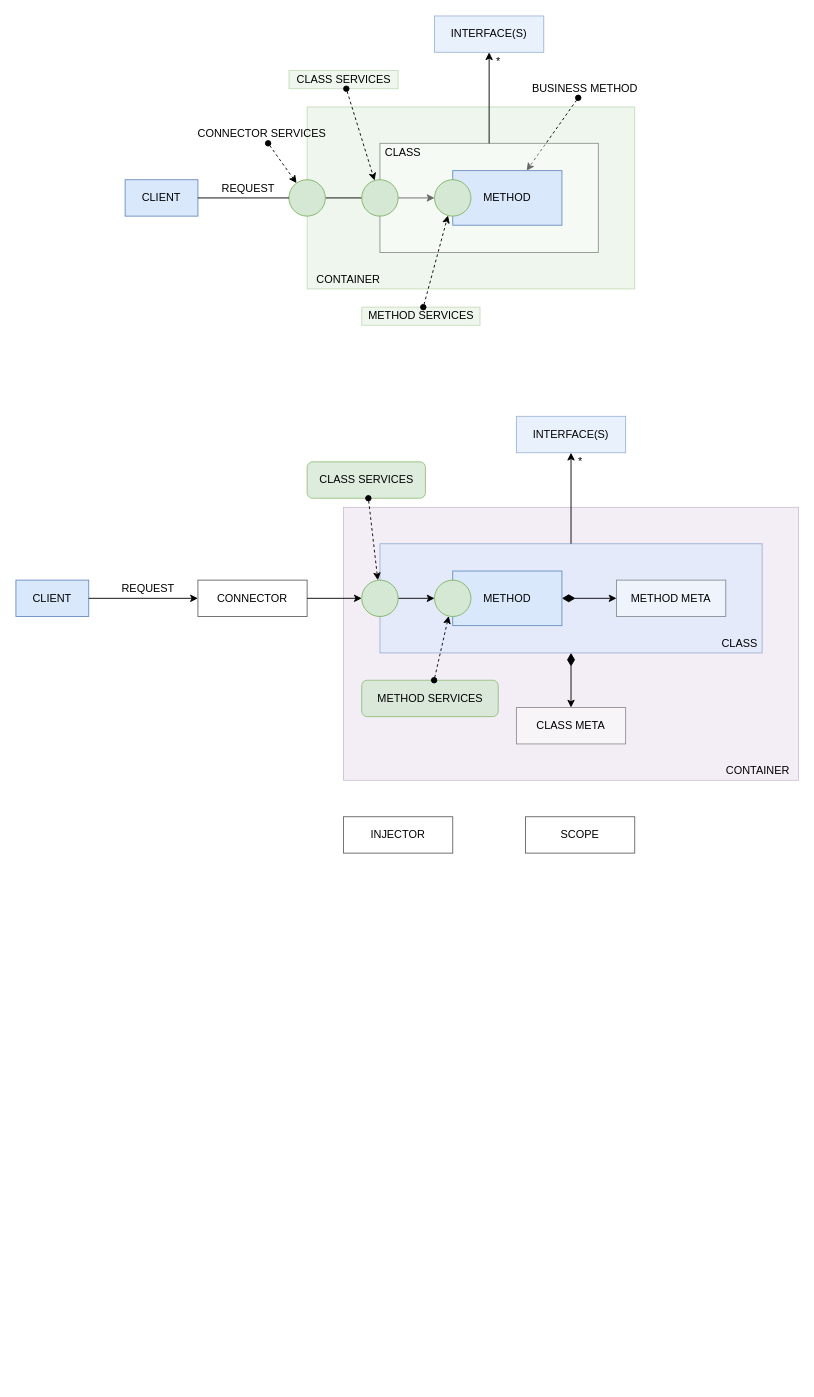
Before: page "Container Services" (1 of 9) of docs/container.drawio in js-lib-com/tiny-container, a draw.io diagram. Source tidied: cells renumbered, new cells numbered last; positions are measured from the earlier drawing's top-left corner, leaving out a move shared by most shapes. Both pictures are drawn from the tidied source at 91%, with x=0, y=0 at pixel (15, 15).
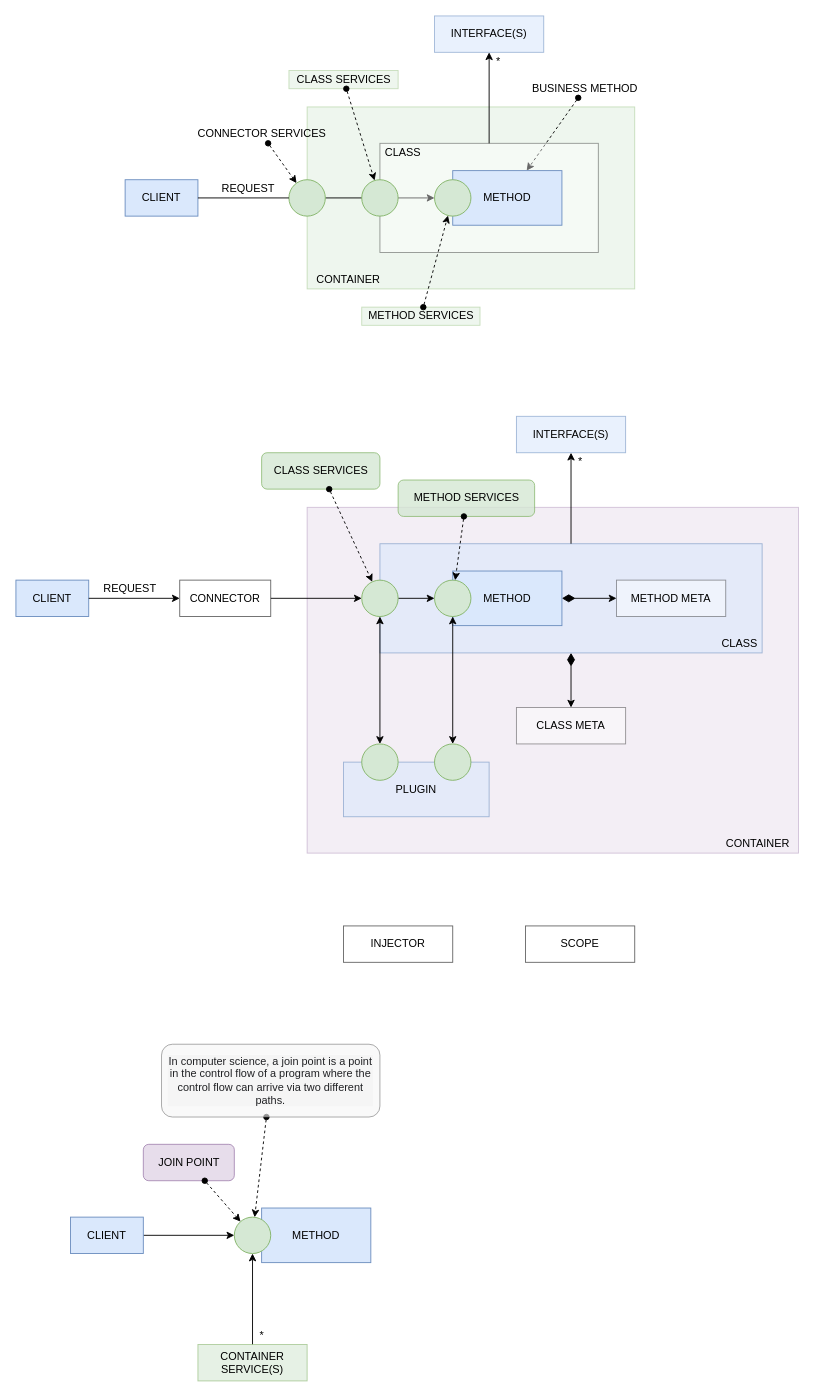
The same diagram, later.

The change refers to these unchanged cells:
```xml
<mxCell id="33" style="ellipse;whiteSpace=wrap;html=1;fillColor=#d5e8d4;strokeColor=#82b366;" parent="1" vertex="1">
  <mxGeometry x="380" y="620" width="40" height="40" as="geometry" />
</mxCell>
<mxCell id="35" style="ellipse;whiteSpace=wrap;html=1;fillColor=#d5e8d4;strokeColor=#82b366;" parent="1" vertex="1">
  <mxGeometry x="460" y="620" width="40" height="40" as="geometry" />
</mxCell>
```

Change to the diagram source:
```diff
@@
     <mxCell id="25" style="rounded=0;whiteSpace=wrap;html=1;fillColor=#e1d5e7;strokeColor=#9673a6;opacity=40;" parent="1" vertex="1">
-      <mxGeometry x="360" y="540" width="500" height="300" as="geometry" />
+      <mxGeometry x="320" y="540" width="540" height="380" as="geometry" />
     </mxCell>
@@
     <mxCell id="27" value="CONTAINER" style="text;html=1;align=center;verticalAlign=middle;strokeColor=none;fillColor=none;" parent="1" vertex="1">
-      <mxGeometry x="770" y="820" width="90" height="20" as="geometry" />
+      <mxGeometry x="770" y="900" width="90" height="20" as="geometry" />
     </mxCell>
     <mxCell id="28" value="METHOD SERVICES" style="text;html=1;align=center;verticalAlign=middle;points=[];strokeColor=#82b366;fillColor=#d5e8d4;spacingTop=0;spacing=8;rounded=1;opacity=80;" parent="1" vertex="1">
-      <mxGeometry x="380" y="730" width="150" height="40" as="geometry" />
+      <mxGeometry x="420" y="510" width="150" height="40" as="geometry" />
     </mxCell>
@@
     <mxCell id="34" value="CLASS SERVICES" style="text;html=1;align=center;verticalAlign=middle;points=[];strokeColor=#82b366;fillColor=#d5e8d4;rounded=1;spacing=8;opacity=80;" parent="1" vertex="1">
-      <mxGeometry x="320" y="490" width="130" height="40" as="geometry" />
+      <mxGeometry x="270" y="480" width="130" height="40" as="geometry" />
     </mxCell>
@@
     <mxCell id="38" value="REQUEST" style="text;html=1;align=center;verticalAlign=middle;strokeColor=none;fillColor=none;" parent="1" vertex="1">
-      <mxGeometry x="110" y="620" width="70" height="20" as="geometry" />
+      <mxGeometry x="90" y="620" width="70" height="20" as="geometry" />
     </mxCell>
@@
     <mxCell id="47" value="INJECTOR" style="rounded=0;whiteSpace=wrap;html=1;verticalAlign=middle;opacity=60;" parent="1" vertex="1">
-      <mxGeometry x="360" y="880" width="120" height="40" as="geometry" />
+      <mxGeometry x="360" y="1000" width="120" height="40" as="geometry" />
     </mxCell>
     <mxCell id="48" value="SCOPE" style="rounded=0;whiteSpace=wrap;html=1;verticalAlign=middle;opacity=60;" parent="1" vertex="1">
-      <mxGeometry x="560" y="880" width="120" height="40" as="geometry" />
+      <mxGeometry x="560" y="1000" width="120" height="40" as="geometry" />
     </mxCell>
@@
     <mxCell id="50" value="CONNECTOR" style="rounded=0;whiteSpace=wrap;html=1;verticalAlign=middle;opacity=60;" parent="1" vertex="1">
-      <mxGeometry x="200" y="620" width="120" height="40" as="geometry" />
+      <mxGeometry x="180" y="620" width="100" height="40" as="geometry" />
     </mxCell>
+    <mxCell id="51" value="PLUGIN" style="rounded=0;whiteSpace=wrap;html=1;verticalAlign=middle;opacity=60;fillColor=#dae8fc;strokeColor=#6c8ebf;" parent="1" vertex="1">
+      <mxGeometry x="360" y="820" width="160" height="60" as="geometry" />
+    </mxCell>
+    <mxCell id="52" style="edgeStyle=none;rounded=0;jettySize=auto;html=1;startArrow=classic;startFill=1;endArrow=classic;endFill=1;startSize=6;" parent="1" edge="1" source="53" target="33">
+      <mxGeometry relative="1" as="geometry" />
+    </mxCell>
+    <mxCell id="53" style="ellipse;whiteSpace=wrap;html=1;fillColor=#d5e8d4;strokeColor=#82b366;" parent="1" vertex="1">
+      <mxGeometry x="380" y="800" width="40" height="40" as="geometry" />
+    </mxCell>
+    <mxCell id="54" style="edgeStyle=none;rounded=0;jettySize=auto;html=1;entryX=0.5;entryY=1;entryDx=0;entryDy=0;startArrow=classic;startFill=1;endArrow=classic;endFill=1;startSize=6;" parent="1" edge="1" source="55" target="35">
+      <mxGeometry relative="1" as="geometry" />
+    </mxCell>
+    <mxCell id="55" style="ellipse;whiteSpace=wrap;html=1;fillColor=#d5e8d4;strokeColor=#82b366;" parent="1" vertex="1">
+      <mxGeometry x="460" y="800" width="40" height="40" as="geometry" />
+    </mxCell>
+    <mxCell id="56" value="METHOD" style="rounded=0;whiteSpace=wrap;html=1;fillColor=#dae8fc;strokeColor=#6c8ebf;" parent="1" vertex="1">
+      <mxGeometry x="270" y="1310" width="120" height="60" as="geometry" />
+    </mxCell>
+    <mxCell id="57" style="ellipse;whiteSpace=wrap;html=1;fillColor=#d5e8d4;strokeColor=#82b366;" parent="1" vertex="1">
+      <mxGeometry x="240" y="1320" width="40" height="40" as="geometry" />
+    </mxCell>
+    <mxCell id="58" style="edgeStyle=none;rounded=0;jettySize=auto;html=1;startArrow=none;startFill=0;endArrow=classic;endFill=1;startSize=6;" parent="1" edge="1" source="59" target="57">
+      <mxGeometry relative="1" as="geometry" />
+    </mxCell>
+    <mxCell id="59" value="CLIENT" style="rounded=0;whiteSpace=wrap;html=1;fillColor=#dae8fc;strokeColor=#6c8ebf;" parent="1" vertex="1">
+      <mxGeometry x="60" y="1320" width="80" height="40" as="geometry" />
+    </mxCell>
+    <mxCell id="60" style="edgeStyle=none;rounded=0;jettySize=auto;html=1;startArrow=none;startFill=0;endArrow=classic;endFill=1;startSize=6;" parent="1" edge="1" source="61" target="57">
+      <mxGeometry relative="1" as="geometry" />
+    </mxCell>
+    <mxCell id="61" value="CONTAINER SERVICE(S)" style="rounded=0;whiteSpace=wrap;html=1;verticalAlign=middle;opacity=60;fillColor=#d5e8d4;strokeColor=#82b366;" parent="1" vertex="1">
+      <mxGeometry x="200" y="1460" width="120" height="40" as="geometry" />
+    </mxCell>
+    <mxCell id="62" value="*" style="text;html=1;align=center;verticalAlign=middle;strokeColor=none;fillColor=none;" parent="1" vertex="1">
+      <mxGeometry x="260" y="1440" width="20" height="20" as="geometry" />
+    </mxCell>
+    <mxCell id="63" value="JOIN POINT" style="text;html=1;align=center;verticalAlign=middle;points=[];strokeColor=#9673a6;fillColor=#e1d5e7;rounded=1;spacing=8;opacity=80;" parent="1" vertex="1">
+      <mxGeometry x="140" y="1240" width="100" height="40" as="geometry" />
+    </mxCell>
+    <mxCell id="64" style="endArrow=classic;dashed=1;html=1;startArrow=oval;startFill=1;endFill=1;" parent="1" edge="1" source="63" target="57">
+      <mxGeometry relative="1" as="geometry" />
+    </mxCell>
+    <mxCell id="65" style="edgeStyle=none;rounded=0;jettySize=auto;html=1;fontSize=12;startArrow=oval;startFill=1;endArrow=classic;endFill=1;startSize=6;dashed=1;" parent="1" edge="1" source="66" target="57">
+      <mxGeometry relative="1" as="geometry" />
+    </mxCell>
+    <mxCell id="66" value="&lt;span style=&quot;color: rgb(32, 33, 36); font-family: arial, sans-serif; font-size: 12px; font-style: normal; letter-spacing: normal; text-indent: 0px; text-transform: none; word-spacing: 0px; display: inline; float: none;&quot;&gt;In computer science, a join point is&lt;span style=&quot;font-size: 12px;&quot;&gt;&amp;nbsp;&lt;/span&gt;&lt;/span&gt;&lt;span style=&quot;color: rgb(32, 33, 36); font-family: arial, sans-serif; font-size: 12px; font-style: normal; letter-spacing: normal; text-indent: 0px; text-transform: none; word-spacing: 0px;&quot;&gt;a point in the control flow of a program where the control flow can arrive via two different paths&lt;/span&gt;&lt;span style=&quot;color: rgb(32, 33, 36); font-family: arial, sans-serif; font-size: 12px; font-style: normal; letter-spacing: normal; text-indent: 0px; text-transform: none; word-spacing: 0px; display: inline; float: none;&quot;&gt;.&lt;/span&gt;" style="text;html=1;strokeColor=#666666;fillColor=#f5f5f5;spacing=8;spacingTop=0;whiteSpace=wrap;overflow=hidden;rounded=1;verticalAlign=middle;opacity=60;fontStyle=0;fontSize=12;align=center;fontColor=#333333;labelBackgroundColor=#F5F5F5;" parent="1" vertex="1">
+      <mxGeometry x="160" y="1130" width="240" height="80" as="geometry" />
+    </mxCell>
```
